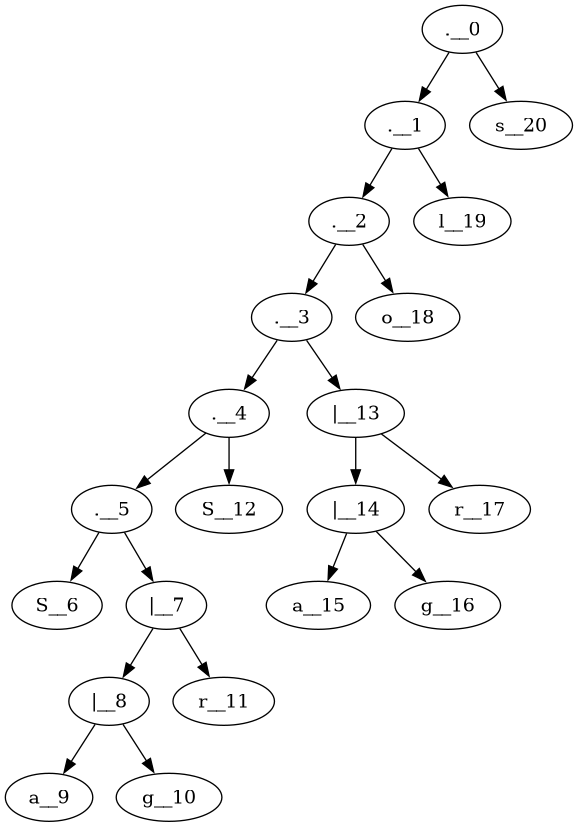
Earlier version of the Graphviz export arbre_syntaxique.png (Daniel-Sima/Clone-of-the-egrep-UNIX-command). Its source is kept beside it as arbre_syntaxique.dot.
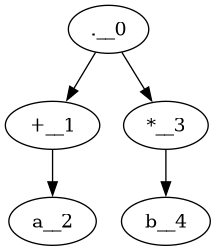
Above is the later version.

What changed in the source:
```diff
@@ -1,22 +1,6 @@
 digraph {
-	".__0"->".__1"
-	".__1"->".__2"
-	".__2"->".__3"
-	".__3"->".__4"
-	".__4"->".__5"
-	".__5"->"S__6"
-	".__5"->"|__7"
-	"|__7"->"|__8"
-	"|__8"->"a__9"
-	"|__8"->"g__10"
-	"|__7"->"r__11"
-	".__4"->"S__12"
-	".__3"->"|__13"
-	"|__13"->"|__14"
-	"|__14"->"a__15"
-	"|__14"->"g__16"
-	"|__13"->"r__17"
-	".__2"->"o__18"
-	".__1"->"l__19"
-	".__0"->"s__20"
+	".__0"->"+__1"
+	"+__1"->"a__2"
+	".__0"->"*__3"
+	"*__3"->"b__4"
 }
```
